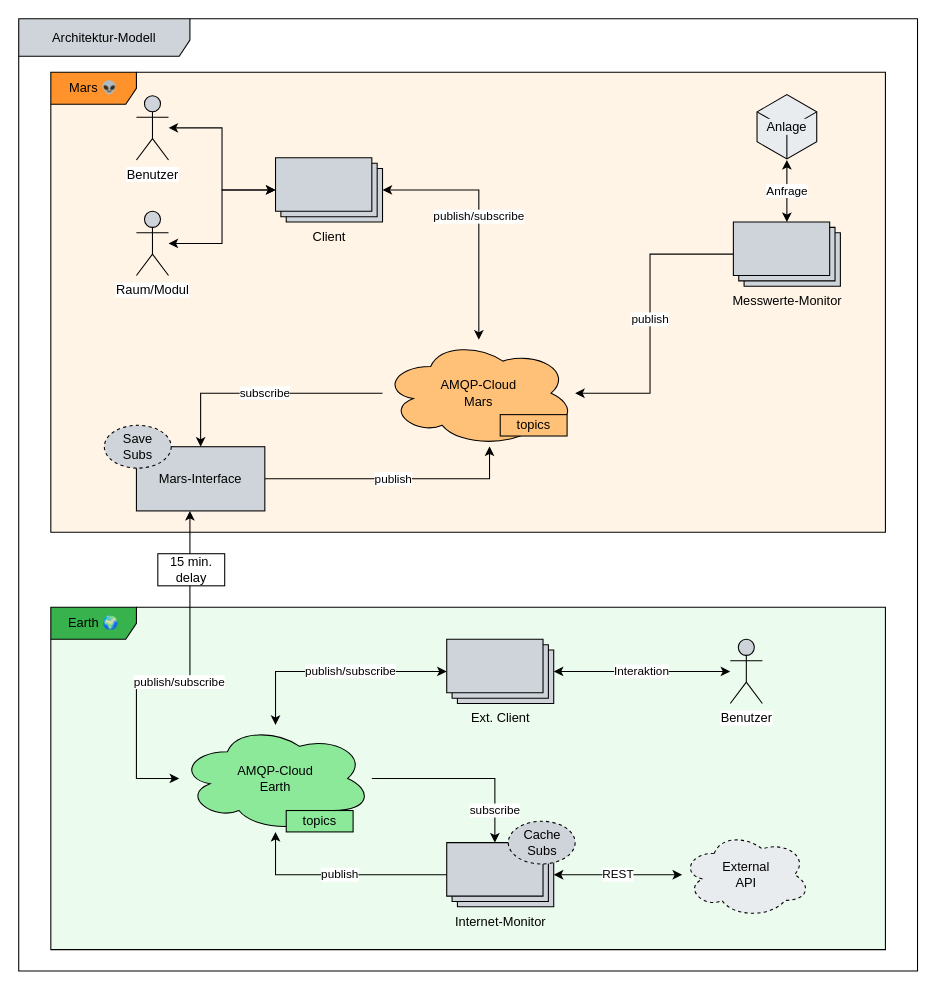
Above: docs/Architektur-Modell.drawio in leo-3108/mi-fddw-mars-colonisation-gedrath-pelzer (draw.io), before the change. Source tidied: cells renumbered, new cells numbered last; positions are measured from the earlier drawing's top-left corner, leaving out a move shared by most shapes. Both pictures are drawn from the tidied source at 107%, with x=0, y=0 at pixel (18, 18).
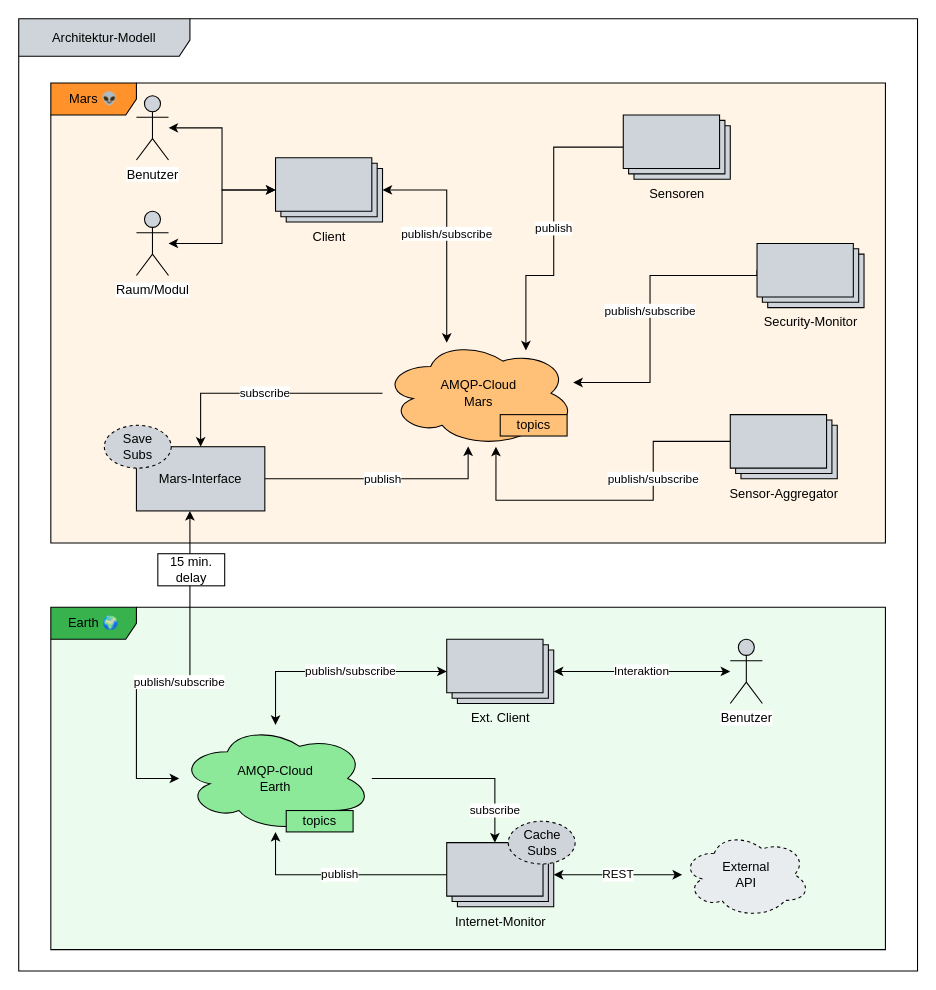
The same page after the edit.

The change refers to these unchanged cells:
```xml
<mxCell id="5" value="AMQP-Cloud&lt;br&gt;Mars" style="ellipse;shape=cloud;whiteSpace=wrap;html=1;fontFamily=IBM Plex Sans;FType=g;fillColor=#ffc078;" parent="1" vertex="1">
  <mxGeometry x="340" y="300" width="180" height="100" as="geometry" />
</mxCell>
<mxCell id="14" value="&lt;font face=&quot;IBM Plex Mono&quot;&gt;Mars-Interface&lt;br&gt;&lt;/font&gt;" style="rounded=0;whiteSpace=wrap;html=1;fillColor=#CED4DA;" parent="1" vertex="1">
  <mxGeometry x="110" y="400" width="120" height="60" as="geometry" />
</mxCell>
<mxCell id="30" value="&lt;font face=&quot;IBM Plex Mono&quot;&gt;Client&lt;/font&gt;" style="verticalLabelPosition=bottom;verticalAlign=top;html=1;shape=mxgraph.basic.layered_rect;dx=10;outlineConnect=0;fillColor=#ced4da;" parent="1" vertex="1">
  <mxGeometry x="240" y="130" width="100" height="60" as="geometry" />
</mxCell>
```

Change to the diagram source:
```diff
@@
     <mxCell id="3" value="Mars 👽" style="shape=umlFrame;whiteSpace=wrap;html=1;fillColor=#ff922b;strokeColor=#000000;gradientColor=none;fontFamily=IBM Plex Mono;FType=g;width=80;height=30;comic=0;shadow=0;swimlaneFillColor=#fff4e6;" parent="1" vertex="1">
-      <mxGeometry x="30" y="50" width="780" height="430" as="geometry" />
+      <mxGeometry x="30" y="60" width="780" height="430" as="geometry" />
     </mxCell>
@@
     <mxCell id="13" value="publish" style="edgeStyle=orthogonalEdgeStyle;rounded=0;jettySize=auto;html=1;startArrow=none;startFill=0;endArrow=classic;endFill=1;fontFamily=IBM Plex Mono;" parent="1" edge="1" source="14" target="5">
       <mxGeometry relative="1" as="geometry">
         <Array as="points">
-          <mxPoint x="440" y="430" />
+          <mxPoint x="420" y="430" />
         </Array>
       </mxGeometry>
     </mxCell>
@@
-    <mxCell id="25" value="publish" style="edgeStyle=orthogonalEdgeStyle;rounded=0;jettySize=auto;html=1;startArrow=none;startFill=0;fontFamily=IBM Plex Mono;endArrow=classic;endFill=1;" parent="1" edge="1" source="26" target="5">
+    <mxCell id="25" value="publish" style="edgeStyle=orthogonalEdgeStyle;rounded=0;jettySize=auto;html=1;startArrow=none;startFill=0;fontFamily=IBM Plex Mono;endArrow=classic;endFill=1;" parent="1" edge="1" source="26">
       <mxGeometry relative="1" as="geometry">
+        <mxPoint x="474" y="310" as="targetPoint" />
         <Array as="points">
-          <mxPoint x="590" y="220" />
-          <mxPoint x="590" y="350" />
+          <mxPoint x="500" y="120" />
+          <mxPoint x="500" y="240" />
+          <mxPoint x="474" y="240" />
         </Array>
       </mxGeometry>
     </mxCell>
-    <mxCell id="26" value="&lt;font face=&quot;IBM Plex Mono&quot;&gt;Messwerte-Monitor&lt;/font&gt;" style="verticalLabelPosition=bottom;verticalAlign=top;html=1;shape=mxgraph.basic.layered_rect;dx=10;outlineConnect=0;fillColor=#ced4da;" parent="1" vertex="1">
-      <mxGeometry x="667.9" y="190" width="100" height="60" as="geometry" />
+    <mxCell id="26" value="&lt;font face=&quot;IBM Plex Mono&quot;&gt;Sensoren&lt;/font&gt;" style="verticalLabelPosition=bottom;verticalAlign=top;html=1;shape=mxgraph.basic.layered_rect;dx=10;outlineConnect=0;fillColor=#ced4da;" parent="1" vertex="1">
+      <mxGeometry x="565" y="90" width="100" height="60" as="geometry" />
     </mxCell>
-    <mxCell id="27" value="&lt;font face=&quot;IBM Plex Mono&quot;&gt;Anfrage&lt;/font&gt;" style="edgeStyle=orthogonalEdgeStyle;rounded=0;jettySize=auto;html=1;startArrow=classic;startFill=1;" parent="1" edge="1" source="26" target="28">
-      <mxGeometry relative="1" as="geometry" />
-    </mxCell>
-    <mxCell id="28" value="Anlage" style="html=1;whiteSpace=wrap;shape=isoCube;backgroundOutline=1;shadow=0;comic=0;strokeColor=#000000;fillColor=#E9ECEF;gradientColor=none;fontFamily=IBM Plex Mono;labelBackgroundColor=#E9ECEF;" parent="1" vertex="1">
-      <mxGeometry x="690" y="70" width="55.8" height="62" as="geometry" />
-    </mxCell>
     <mxCell id="29" value="publish/subscribe" style="edgeStyle=orthogonalEdgeStyle;rounded=0;jettySize=auto;html=1;startArrow=classic;startFill=1;endArrow=classic;endFill=1;fontFamily=IBM Plex Mono;" parent="1" edge="1" source="30" target="5">
       <mxGeometry relative="1" as="geometry">
         <Array as="points">
-          <mxPoint x="430" y="160" />
+          <mxPoint x="400" y="160" />
         </Array>
       </mxGeometry>
     </mxCell>
@@
+    <mxCell id="35" value="&lt;span style=&quot;caret-color: rgb(0, 0, 0); font-family: &amp;quot;IBM Plex Mono&amp;quot;; font-size: 11px; font-style: normal; font-variant-caps: normal; font-weight: normal; letter-spacing: normal; text-align: center; text-indent: 0px; text-transform: none; word-spacing: 0px; -webkit-text-stroke-width: 0px; background-color: rgb(255, 255, 255); text-decoration: none; float: none; display: inline !important;&quot;&gt;publish/subscribe&lt;/span&gt;" style="edgeStyle=orthogonalEdgeStyle;rounded=0;jettySize=auto;html=1;exitX=0;exitY=0;exitDx=0;exitDy=25;exitPerimeter=0;entryX=0.589;entryY=1;entryDx=0;entryDy=0;entryPerimeter=0;" parent="1" edge="1" source="36" target="5">
+      <mxGeometry x="-0.34" relative="1" as="geometry">
+        <Array as="points">
+          <mxPoint x="593" y="395" />
+          <mxPoint x="593" y="450" />
+          <mxPoint x="446" y="450" />
+        </Array>
+      </mxGeometry>
+    </mxCell>
+    <mxCell id="36" value="&lt;font face=&quot;IBM Plex Mono&quot;&gt;Sensor-Aggregator&lt;/font&gt;" style="verticalLabelPosition=bottom;verticalAlign=top;html=1;shape=mxgraph.basic.layered_rect;dx=10;outlineConnect=0;fillColor=#ced4da;" parent="1" vertex="1">
+      <mxGeometry x="665" y="370" width="100" height="60" as="geometry" />
+    </mxCell>
+    <mxCell id="37" value="&lt;span style=&quot;caret-color: rgb(0, 0, 0); font-family: &amp;quot;IBM Plex Mono&amp;quot;; font-size: 11px; font-style: normal; font-variant-caps: normal; font-weight: normal; letter-spacing: normal; text-align: center; text-indent: 0px; text-transform: none; word-spacing: 0px; -webkit-text-stroke-width: 0px; background-color: rgb(255, 255, 255); text-decoration: none; float: none; display: inline !important;&quot;&gt;publish/subscribe&lt;/span&gt;" style="edgeStyle=orthogonalEdgeStyle;rounded=0;jettySize=auto;html=1;exitX=0;exitY=0;exitDx=0;exitDy=25;exitPerimeter=0;" parent="1" edge="1" source="38" target="5">
+      <mxGeometry relative="1" as="geometry">
+        <Array as="points">
+          <mxPoint x="690" y="240" />
+          <mxPoint x="590" y="240" />
+          <mxPoint x="590" y="340" />
+        </Array>
+      </mxGeometry>
+    </mxCell>
+    <mxCell id="38" value="&lt;font face=&quot;IBM Plex Mono&quot;&gt;Security-Monitor&lt;/font&gt;" style="verticalLabelPosition=bottom;verticalAlign=top;html=1;shape=mxgraph.basic.layered_rect;dx=10;outlineConnect=0;fillColor=#ced4da;" parent="1" vertex="1">
+      <mxGeometry x="690" y="210" width="100" height="60" as="geometry" />
+    </mxCell>
```
